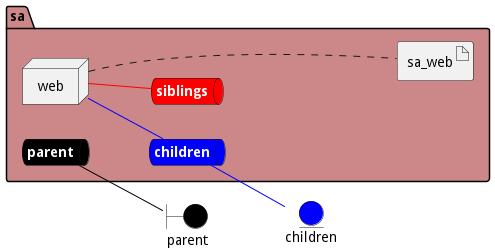
Earlier version of the PlantUML export docs/edgemere/sa/envs/test/deployment.png (madajaju/edgemere). Source of this version:
```plantuml
@startuml

left to right direction


boundary parent #black


entity children #blue




package "sa" #cc8888 {
    queue parentnet #black [
            <b><color:white>parent</color></b>
    ]

    parentnet -[#black]- parent

    queue childrennet #blue [
            <b><color:white>children</color></b>
    ]

    childrennet -[#blue]- children

    queue siblingsnet #red [
            <b><color:white>siblings</color></b>
    ]


node "web" as webService


        artifact "sa_web" as sa_webimage

}

webService -[#blue]- childrennet

webService -[#red]- siblingsnet
webService .... sa_webimage


@enduml
```
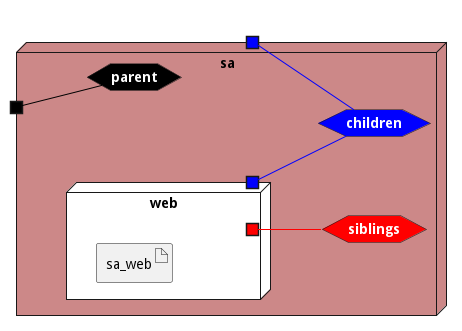
Later version of the same file.

Diff of the diagram source:
```diff
@@ -3,43 +3,45 @@
 left to right direction
 
 
-boundary parent #black
-
-
-entity children #blue
 
 
 
 
-package "sa" #cc8888 {
-    queue parentnet #black [
+
+node "sa" #cc8888 {
+
+
+    hexagon parentnet #black [
             <b><color:white>parent</color></b>
     ]
 
-    parentnet -[#black]- parent
+    portin " " as parentnetPortIn #black
+    parentnetPortIn -[#black]- parentnet
 
-    queue childrennet #blue [
+    hexagon childrennet #blue [
             <b><color:white>children</color></b>
     ]
 
-    childrennet -[#blue]- children
+    portout " " as childrennetPortOut #blue
+    childrennet -[#blue]- childrennetPortOut
 
-    queue siblingsnet #red [
+    hexagon siblingsnet #red [
             <b><color:white>siblings</color></b>
     ]
 
 
-node "web" as webService
+node "web" as webService #white {
+    portOut " " as webServicechildrennet #blue
+   webServicechildrennet -[#blue]- childrennet
+       portOut " " as webServicesiblingsnet #red
+   webServicesiblingsnet -[#red]- siblingsnet
 
 
-        artifact "sa_web" as sa_webimage
+    artifact "sa_web" as sa_webimage
 
 }
 
-webService -[#blue]- childrennet
-
-webService -[#red]- siblingsnet
-webService .... sa_webimage
+}
 
 
 @enduml
```
